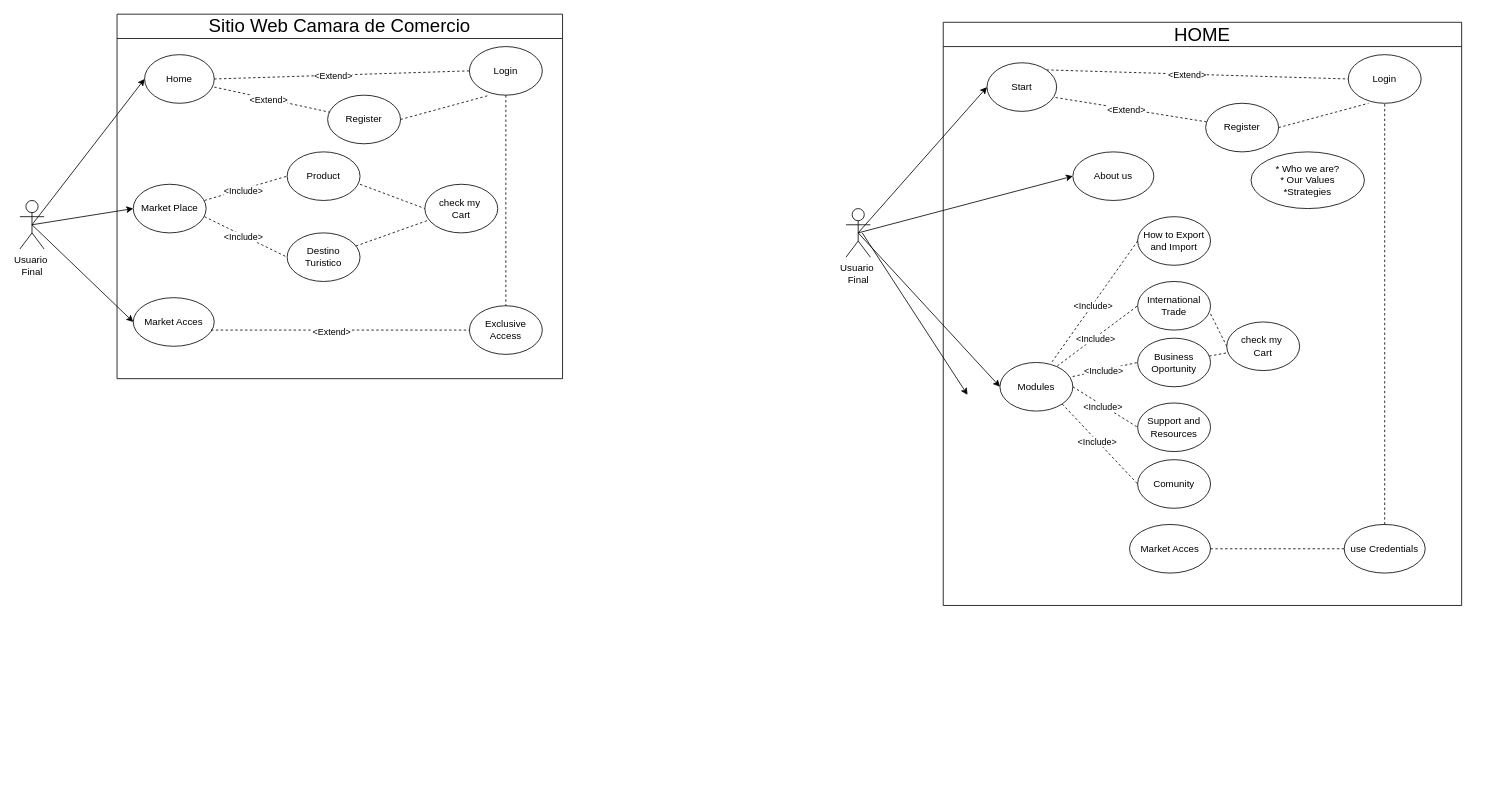
NealD00/Diagramin keeps this draw.io diagram as Camcor.drawio. Above is the earlier version. Source tidied: cells renumbered, new cells numbered last; positions are measured from the earlier drawing's top-left corner, leaving out a move shared by most shapes. Both pictures are drawn from the tidied source at 81%, with x=0, y=0 at pixel (19, 14).
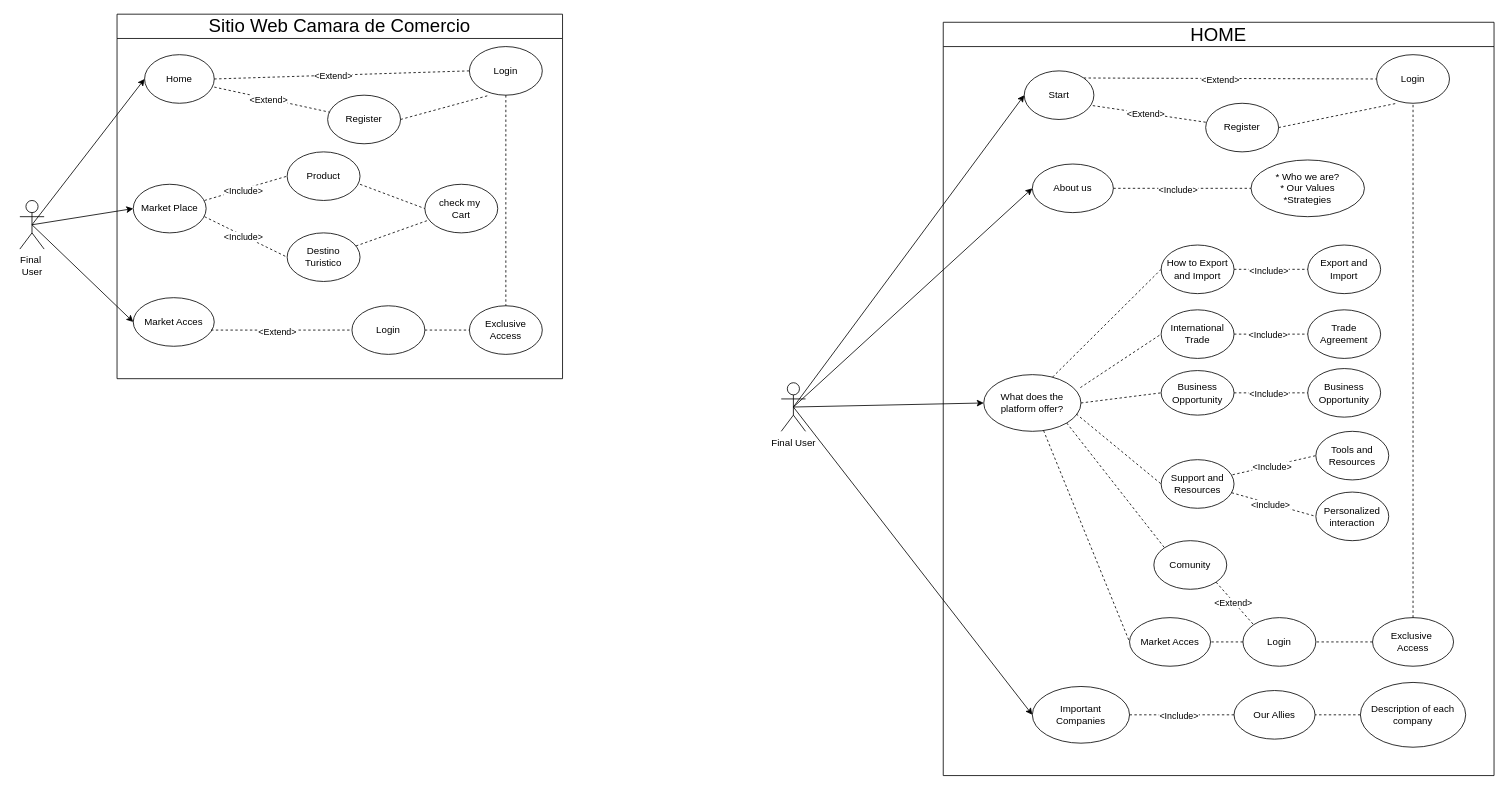
The same page after the edit.

The change refers to these unchanged cells:
```xml
<mxCell id="2" value="&lt;span style=&quot;font-size: 23px; font-weight: 400;&quot;&gt;Sitio Web Camara de Comercio&lt;/span&gt;" style="swimlane;whiteSpace=wrap;html=1;startSize=30;" parent="1" vertex="1">
  <mxGeometry x="120" width="550" height="450" as="geometry" />
</mxCell>
<mxCell id="3" value="Market Acces" style="ellipse;whiteSpace=wrap;html=1;" parent="2" vertex="1">
  <mxGeometry x="20" y="350" width="100" height="60" as="geometry" />
</mxCell>
<mxCell id="15" value="Exclusive Access" style="ellipse;whiteSpace=wrap;html=1;" parent="2" vertex="1">
  <mxGeometry x="435" y="360" width="90" height="60" as="geometry" />
</mxCell>
```

Diff of the diagram source:
```diff
@@
-    <mxCell id="16" style="endArrow=none;dashed=1;html=1;rounded=0;exitX=0.96;exitY=0.667;exitDx=0;exitDy=0;exitPerimeter=0;entryX=0;entryY=0.5;entryDx=0;entryDy=0;entryPerimeter=0;" parent="2" edge="1" source="3" target="15">
+    <mxCell id="16" style="endArrow=none;dashed=1;html=1;rounded=0;entryX=0;entryY=0.5;entryDx=0;entryDy=0;entryPerimeter=0;exitX=1;exitY=0.5;exitDx=0;exitDy=0;" parent="2" edge="1" source="71" target="15">
       <mxGeometry relative="1" as="geometry" />
     </mxCell>
-    <mxCell id="17" value="&amp;lt;Extend&amp;gt;" style="edgeLabel;html=1;align=center;verticalAlign=middle;" parent="16" vertex="1">
-      <mxGeometry x="-0.07" y="-1" relative="1" as="geometry" />
-    </mxCell>
@@
+    <mxCell id="69" style="endArrow=none;dashed=1;html=1;rounded=0;exitX=0.96;exitY=0.667;exitDx=0;exitDy=0;exitPerimeter=0;entryX=0;entryY=0.5;entryDx=0;entryDy=0;entryPerimeter=0;" parent="2" edge="1" source="3" target="71">
+      <mxGeometry relative="1" as="geometry" />
+    </mxCell>
+    <mxCell id="70" value="&amp;lt;Extend&amp;gt;" style="edgeLabel;html=1;align=center;verticalAlign=middle;" parent="69" vertex="1">
+      <mxGeometry x="-0.07" y="-1" relative="1" as="geometry" />
+    </mxCell>
+    <mxCell id="71" value="Login" style="ellipse;whiteSpace=wrap;html=1;" parent="2" vertex="1">
+      <mxGeometry x="290" y="360" width="90" height="60" as="geometry" />
+    </mxCell>
-    <mxCell id="26" value="Usuario&amp;nbsp;&lt;div&gt;Final&lt;/div&gt;" style="shape=umlActor;verticalLabelPosition=bottom;verticalAlign=top;html=1;outlineConnect=0;" parent="1" vertex="1">
+    <mxCell id="26" value="Final&amp;nbsp;&lt;div&gt;User&lt;/div&gt;" style="shape=umlActor;verticalLabelPosition=bottom;verticalAlign=top;html=1;outlineConnect=0;" parent="1" vertex="1">
       <mxGeometry y="230" width="30" height="60" as="geometry" />
     </mxCell>
@@
     <mxCell id="30" value="&lt;span style=&quot;font-size: 23px; font-weight: 400;&quot;&gt;HOME&lt;/span&gt;" style="swimlane;whiteSpace=wrap;html=1;startSize=30;" parent="1" vertex="1">
-      <mxGeometry x="1140" y="10" width="640" height="720" as="geometry" />
+      <mxGeometry x="1140" y="10" width="680" height="930" as="geometry" />
     </mxCell>
     <mxCell id="31" value="About us" style="ellipse;whiteSpace=wrap;html=1;" parent="30" vertex="1">
-      <mxGeometry x="160" y="160" width="100" height="60" as="geometry" />
+      <mxGeometry x="110" y="175" width="100" height="60" as="geometry" />
     </mxCell>
-    <mxCell id="32" value="check my&amp;nbsp;&lt;div&gt;Cart&lt;/div&gt;" style="ellipse;whiteSpace=wrap;html=1;" parent="30" vertex="1">
-      <mxGeometry x="350" y="370" width="90" height="60" as="geometry" />
+    <mxCell id="32" value="Business Opportunity" style="ellipse;whiteSpace=wrap;html=1;" parent="30" vertex="1">
+      <mxGeometry x="450" y="427.5" width="90" height="60" as="geometry" />
     </mxCell>
-    <mxCell id="33" value="Modules" style="ellipse;whiteSpace=wrap;html=1;" parent="30" vertex="1">
-      <mxGeometry x="70" y="420" width="90" height="60" as="geometry" />
+    <mxCell id="33" value="What does the platform offer?" style="ellipse;whiteSpace=wrap;html=1;" parent="30" vertex="1">
+      <mxGeometry x="50" y="435" width="120" height="70" as="geometry" />
     </mxCell>
-    <mxCell id="34" style="rounded=0;jettySize=auto;html=1;dashed=1;endArrow=none;endFill=0;" parent="30" edge="1" source="35" target="32">
-      <mxGeometry relative="1" as="geometry" />
-    </mxCell>
-    <mxCell id="35" value="Business Oportunity" style="ellipse;whiteSpace=wrap;html=1;" parent="30" vertex="1">
-      <mxGeometry x="240" y="390" width="90" height="60" as="geometry" />
+    <mxCell id="35" value="Business Opportunity" style="ellipse;whiteSpace=wrap;html=1;" parent="30" vertex="1">
+      <mxGeometry x="269" y="430" width="90" height="55" as="geometry" />
     </mxCell>
     <mxCell id="36" value="Login" style="ellipse;whiteSpace=wrap;html=1;" parent="30" vertex="1">
-      <mxGeometry x="500" y="40" width="90" height="60" as="geometry" />
+      <mxGeometry x="535" y="40" width="90" height="60" as="geometry" />
     </mxCell>
@@
-    <mxCell id="42" style="endArrow=none;dashed=1;html=1;rounded=0;exitX=0.998;exitY=0.29;exitDx=0;exitDy=0;exitPerimeter=0;entryX=0;entryY=0.5;entryDx=0;entryDy=0;" parent="30" edge="1" source="33" target="35">
+    <mxCell id="42" style="endArrow=none;dashed=1;html=1;rounded=0;exitX=1;exitY=0.5;exitDx=0;exitDy=0;entryX=0;entryY=0.5;entryDx=0;entryDy=0;" parent="30" edge="1" source="33" target="35">
       <mxGeometry relative="1" as="geometry" />
     </mxCell>
-    <mxCell id="43" value="&amp;lt;Include&amp;gt;" style="edgeLabel;html=1;align=center;verticalAlign=middle;" parent="42" vertex="1">
-      <mxGeometry x="-0.07" y="-1" relative="1" as="geometry" />
-    </mxCell>
-    <mxCell id="44" style="endArrow=none;dashed=1;html=1;rounded=0;exitX=0.786;exitY=0.073;exitDx=0;exitDy=0;exitPerimeter=0;entryX=0;entryY=0.5;entryDx=0;entryDy=0;entryPerimeter=0;" parent="30" edge="1" source="33" target="47">
+    <mxCell id="44" style="endArrow=none;dashed=1;html=1;rounded=0;exitX=0.994;exitY=0.229;exitDx=0;exitDy=0;exitPerimeter=0;entryX=0;entryY=0.5;entryDx=0;entryDy=0;entryPerimeter=0;" parent="30" edge="1" source="33" target="47">
       <mxGeometry relative="1" as="geometry" />
     </mxCell>
-    <mxCell id="45" value="&amp;lt;Include&amp;gt;" style="edgeLabel;html=1;align=center;verticalAlign=middle;" parent="44" vertex="1">
-      <mxGeometry x="-0.07" y="-1" relative="1" as="geometry" />
-    </mxCell>
-    <mxCell id="46" style="endArrow=none;dashed=1;html=1;rounded=0;entryX=0;entryY=0.5;entryDx=0;entryDy=0;entryPerimeter=0;exitX=1;exitY=0.667;exitDx=0;exitDy=0;exitPerimeter=0;" parent="30" edge="1" source="47" target="32">
+    <mxCell id="46" style="endArrow=none;dashed=1;html=1;rounded=0;entryX=0;entryY=0.5;entryDx=0;entryDy=0;exitX=1;exitY=0.5;exitDx=0;exitDy=0;" parent="30" edge="1" source="47" target="80">
       <mxGeometry relative="1" as="geometry" />
     </mxCell>
     <mxCell id="47" value="International&lt;div&gt;Trade&lt;/div&gt;" style="ellipse;whiteSpace=wrap;html=1;" parent="30" vertex="1">
-      <mxGeometry x="240" y="320" width="90" height="60" as="geometry" />
+      <mxGeometry x="269" y="355" width="90" height="60" as="geometry" />
     </mxCell>
@@
     <mxCell id="49" value="Start" style="ellipse;whiteSpace=wrap;html=1;" parent="30" vertex="1">
-      <mxGeometry x="54" y="50" width="86" height="60" as="geometry" />
+      <mxGeometry x="100" y="60" width="86" height="60" as="geometry" />
     </mxCell>
     <mxCell id="50" value="Support and Resources" style="ellipse;whiteSpace=wrap;html=1;" parent="30" vertex="1">
-      <mxGeometry x="240" y="470" width="90" height="60" as="geometry" />
+      <mxGeometry x="269" y="540" width="90" height="60" as="geometry" />
     </mxCell>
     <mxCell id="51" value="Comunity" style="ellipse;whiteSpace=wrap;html=1;" parent="30" vertex="1">
-      <mxGeometry x="240" y="540" width="90" height="60" as="geometry" />
+      <mxGeometry x="260" y="640" width="90" height="60" as="geometry" />
     </mxCell>
     <mxCell id="52" value="How to Export and Import" style="ellipse;whiteSpace=wrap;html=1;" parent="30" vertex="1">
-      <mxGeometry x="240" y="240" width="90" height="60" as="geometry" />
+      <mxGeometry x="269" y="275" width="90" height="60" as="geometry" />
     </mxCell>
     <mxCell id="53" value="Market Acces" style="ellipse;whiteSpace=wrap;html=1;" parent="30" vertex="1">
-      <mxGeometry x="230" y="620" width="100" height="60" as="geometry" />
+      <mxGeometry x="230" y="735" width="100" height="60" as="geometry" />
     </mxCell>
-    <mxCell id="54" value="use Credentials" style="ellipse;whiteSpace=wrap;html=1;" parent="30" vertex="1">
-      <mxGeometry x="495" y="620" width="100" height="60" as="geometry" />
+    <mxCell id="54" value="Exclusive&amp;nbsp;&lt;div&gt;Access&lt;/div&gt;" style="ellipse;whiteSpace=wrap;html=1;" parent="30" vertex="1">
+      <mxGeometry x="530" y="735" width="100" height="60" as="geometry" />
     </mxCell>
@@
-    <mxCell id="56" style="rounded=0;jettySize=auto;html=1;dashed=1;entryX=1;entryY=0.5;entryDx=0;entryDy=0;exitX=0;exitY=0.5;exitDx=0;exitDy=0;endArrow=none;endFill=0;" parent="30" edge="1" source="54" target="53">
+    <mxCell id="56" style="rounded=0;jettySize=auto;html=1;dashed=1;entryX=1;entryY=0.5;entryDx=0;entryDy=0;exitX=0;exitY=0.5;exitDx=0;exitDy=0;endArrow=none;endFill=0;" parent="30" edge="1" source="76" target="53">
       <mxGeometry relative="1" as="geometry" />
     </mxCell>
     <mxCell id="57" value="* Who we are?&lt;div&gt;* Our Values&lt;/div&gt;&lt;div&gt;*Strategies&lt;/div&gt;" style="ellipse;whiteSpace=wrap;html=1;" parent="30" vertex="1">
-      <mxGeometry x="380" y="160" width="140" height="70" as="geometry" />
+      <mxGeometry x="380" y="170" width="140" height="70" as="geometry" />
     </mxCell>
-    <mxCell id="58" style="endArrow=none;dashed=1;html=1;rounded=0;exitX=1;exitY=1;exitDx=0;exitDy=0;entryX=0;entryY=0.5;entryDx=0;entryDy=0;" parent="30" edge="1" source="33" target="51">
+    <mxCell id="58" style="endArrow=none;dashed=1;html=1;rounded=0;exitX=1;exitY=1;exitDx=0;exitDy=0;entryX=0;entryY=0;entryDx=0;entryDy=0;" parent="30" edge="1" source="33" target="51">
       <mxGeometry relative="1" as="geometry" />
     </mxCell>
-    <mxCell id="59" value="&amp;lt;Include&amp;gt;" style="edgeLabel;html=1;align=center;verticalAlign=middle;" parent="58" vertex="1">
-      <mxGeometry x="-0.07" y="-1" relative="1" as="geometry" />
-    </mxCell>
-    <mxCell id="60" style="endArrow=none;dashed=1;html=1;rounded=0;exitX=1;exitY=0.5;exitDx=0;exitDy=0;entryX=0;entryY=0.5;entryDx=0;entryDy=0;" parent="30" edge="1" source="33" target="50">
+    <mxCell id="60" style="endArrow=none;dashed=1;html=1;rounded=0;entryX=0;entryY=0.5;entryDx=0;entryDy=0;exitX=0.952;exitY=0.694;exitDx=0;exitDy=0;exitPerimeter=0;" parent="30" edge="1" source="33" target="50">
       <mxGeometry relative="1" as="geometry" />
     </mxCell>
-    <mxCell id="61" value="&amp;lt;Include&amp;gt;" style="edgeLabel;html=1;align=center;verticalAlign=middle;" parent="60" vertex="1">
-      <mxGeometry x="-0.07" y="-1" relative="1" as="geometry" />
-    </mxCell>
-    <mxCell id="62" style="endArrow=none;dashed=1;html=1;rounded=0;exitX=0.715;exitY=-0.013;exitDx=0;exitDy=0;exitPerimeter=0;entryX=0;entryY=0.5;entryDx=0;entryDy=0;" parent="30" edge="1" source="33" target="52">
+    <mxCell id="62" style="endArrow=none;dashed=1;html=1;rounded=0;exitX=0.708;exitY=0.043;exitDx=0;exitDy=0;exitPerimeter=0;entryX=0;entryY=0.5;entryDx=0;entryDy=0;" parent="30" edge="1" source="33" target="52">
       <mxGeometry relative="1" as="geometry" />
     </mxCell>
-    <mxCell id="63" value="&amp;lt;Include&amp;gt;" style="edgeLabel;html=1;align=center;verticalAlign=middle;" parent="62" vertex="1">
-      <mxGeometry x="-0.07" y="-1" relative="1" as="geometry" />
-    </mxCell>
+    <mxCell id="72" style="endArrow=none;dashed=1;html=1;rounded=0;exitX=1;exitY=0.5;exitDx=0;exitDy=0;entryX=0;entryY=0.5;entryDx=0;entryDy=0;" parent="30" edge="1" source="31" target="57">
+      <mxGeometry relative="1" as="geometry" />
+    </mxCell>
+    <mxCell id="73" value="&amp;lt;Include&amp;gt;" style="edgeLabel;html=1;align=center;verticalAlign=middle;" parent="72" vertex="1">
+      <mxGeometry x="-0.07" y="-1" relative="1" as="geometry" />
+    </mxCell>
+    <mxCell id="74" style="endArrow=none;dashed=1;html=1;rounded=0;entryX=0;entryY=0.5;entryDx=0;entryDy=0;" parent="30" edge="1" source="33" target="53">
+      <mxGeometry relative="1" as="geometry" />
+    </mxCell>
+    <mxCell id="75" style="rounded=0;jettySize=auto;html=1;dashed=1;entryX=1;entryY=0.5;entryDx=0;entryDy=0;exitX=0;exitY=0.5;exitDx=0;exitDy=0;endArrow=none;endFill=0;" parent="30" edge="1" source="54" target="76">
+      <mxGeometry relative="1" as="geometry" />
+    </mxCell>
+    <mxCell id="76" value="Login" style="ellipse;whiteSpace=wrap;html=1;" parent="30" vertex="1">
+      <mxGeometry x="370" y="735" width="90" height="60" as="geometry" />
+    </mxCell>
+    <mxCell id="77" value="Export and Import" style="ellipse;whiteSpace=wrap;html=1;" parent="30" vertex="1">
+      <mxGeometry x="450" y="275" width="90" height="60" as="geometry" />
+    </mxCell>
+    <mxCell id="78" style="endArrow=none;dashed=1;html=1;rounded=0;exitX=1;exitY=0.5;exitDx=0;exitDy=0;entryX=0;entryY=0.5;entryDx=0;entryDy=0;" parent="30" edge="1" source="52" target="77">
+      <mxGeometry relative="1" as="geometry" />
+    </mxCell>
+    <mxCell id="79" value="&amp;lt;Include&amp;gt;" style="edgeLabel;html=1;align=center;verticalAlign=middle;" parent="78" vertex="1">
+      <mxGeometry x="-0.07" y="-1" relative="1" as="geometry" />
+    </mxCell>
+    <mxCell id="80" value="Trade Agreement" style="ellipse;whiteSpace=wrap;html=1;" parent="30" vertex="1">
+      <mxGeometry x="450" y="355" width="90" height="60" as="geometry" />
+    </mxCell>
+    <mxCell id="81" value="&amp;lt;Include&amp;gt;" style="edgeLabel;html=1;align=center;verticalAlign=middle;" parent="30" vertex="1">
+      <mxGeometry x="400" y="385" as="geometry" />
+    </mxCell>
+    <mxCell id="34" style="endArrow=none;dashed=1;html=1;rounded=0;exitX=1;exitY=0.5;exitDx=0;exitDy=0;entryX=0;entryY=0.5;entryDx=0;entryDy=0;" parent="30" edge="1" source="35" target="32">
+      <mxGeometry relative="1" as="geometry" />
+    </mxCell>
+    <mxCell id="82" value="&amp;lt;Include&amp;gt;" style="edgeLabel;html=1;align=center;verticalAlign=middle;" parent="34" vertex="1">
+      <mxGeometry x="-0.07" y="-1" relative="1" as="geometry" />
+    </mxCell>
+    <mxCell id="83" value="Tools and Resources" style="ellipse;whiteSpace=wrap;html=1;" parent="30" vertex="1">
+      <mxGeometry x="460" y="505" width="90" height="60" as="geometry" />
+    </mxCell>
+    <mxCell id="84" style="endArrow=none;dashed=1;html=1;rounded=0;exitX=0.979;exitY=0.311;exitDx=0;exitDy=0;entryX=0;entryY=0.5;entryDx=0;entryDy=0;exitPerimeter=0;" parent="30" edge="1" source="50" target="83">
+      <mxGeometry relative="1" as="geometry" />
+    </mxCell>
+    <mxCell id="85" value="&amp;lt;Include&amp;gt;" style="edgeLabel;html=1;align=center;verticalAlign=middle;" parent="84" vertex="1">
+      <mxGeometry x="-0.07" y="-1" relative="1" as="geometry" />
+    </mxCell>
+    <mxCell id="86" style="endArrow=none;dashed=1;html=1;rounded=0;exitX=1;exitY=1;exitDx=0;exitDy=0;entryX=0;entryY=0;entryDx=0;entryDy=0;" parent="30" edge="1" source="51" target="76">
+      <mxGeometry relative="1" as="geometry" />
+    </mxCell>
+    <mxCell id="87" value="&amp;lt;Extend&amp;gt;" style="edgeLabel;html=1;align=center;verticalAlign=middle;" parent="86" vertex="1">
+      <mxGeometry x="-0.07" y="-1" relative="1" as="geometry" />
+    </mxCell>
+    <mxCell id="88" value="Personalized interaction" style="ellipse;whiteSpace=wrap;html=1;" parent="30" vertex="1">
+      <mxGeometry x="460" y="580" width="90" height="60" as="geometry" />
+    </mxCell>
+    <mxCell id="89" style="endArrow=none;dashed=1;html=1;rounded=0;exitX=0.967;exitY=0.68;exitDx=0;exitDy=0;entryX=0;entryY=0.5;entryDx=0;entryDy=0;exitPerimeter=0;" parent="30" edge="1" source="50" target="88">
+      <mxGeometry relative="1" as="geometry" />
+    </mxCell>
+    <mxCell id="90" value="&amp;lt;Include&amp;gt;" style="edgeLabel;html=1;align=center;verticalAlign=middle;" parent="89" vertex="1">
+      <mxGeometry x="-0.07" y="-1" relative="1" as="geometry" />
+    </mxCell>
+    <mxCell id="91" value="Important&lt;div&gt;Companies&lt;/div&gt;" style="ellipse;whiteSpace=wrap;html=1;" parent="30" vertex="1">
+      <mxGeometry x="110" y="820" width="120" height="70" as="geometry" />
+    </mxCell>
+    <mxCell id="92" value="Our Allies" style="ellipse;whiteSpace=wrap;html=1;" parent="30" vertex="1">
+      <mxGeometry x="359" y="825" width="100" height="60" as="geometry" />
+    </mxCell>
+    <mxCell id="93" value="Description of each company" style="ellipse;whiteSpace=wrap;html=1;" parent="30" vertex="1">
+      <mxGeometry x="515" y="815" width="130" height="80" as="geometry" />
+    </mxCell>
+    <mxCell id="94" style="endArrow=none;dashed=1;html=1;rounded=0;exitX=1;exitY=0.5;exitDx=0;exitDy=0;entryX=0;entryY=0.5;entryDx=0;entryDy=0;" parent="30" edge="1" source="91" target="92">
+      <mxGeometry relative="1" as="geometry" />
+    </mxCell>
+    <mxCell id="95" value="&amp;lt;Include&amp;gt;" style="edgeLabel;html=1;align=center;verticalAlign=middle;" parent="94" vertex="1">
+      <mxGeometry x="-0.07" y="-1" relative="1" as="geometry" />
+    </mxCell>
+    <mxCell id="96" style="rounded=0;jettySize=auto;html=1;dashed=1;entryX=1;entryY=0.5;entryDx=0;entryDy=0;exitX=0;exitY=0.5;exitDx=0;exitDy=0;endArrow=none;endFill=0;" parent="30" edge="1" source="93" target="92">
+      <mxGeometry relative="1" as="geometry" />
+    </mxCell>
-    <mxCell id="64" value="Usuario&amp;nbsp;&lt;div&gt;Final&lt;/div&gt;" style="shape=umlActor;verticalLabelPosition=bottom;verticalAlign=top;html=1;outlineConnect=0;" parent="1" vertex="1">
-      <mxGeometry x="1020" y="240" width="30" height="60" as="geometry" />
+    <mxCell id="64" value="Final User" style="shape=umlActor;verticalLabelPosition=bottom;verticalAlign=top;html=1;outlineConnect=0;" parent="1" vertex="1">
+      <mxGeometry x="940" y="455" width="30" height="60" as="geometry" />
     </mxCell>
@@
-    <mxCell id="68" style="endArrow=classic;html=1;rounded=0;entryX=0;entryY=0.5;entryDx=0;entryDy=0;" parent="1" edge="1">
-      <mxGeometry relative="1" as="geometry">
-        <mxPoint x="1040" y="270" as="sourcePoint" />
-        <mxPoint x="1170" y="470" as="targetPoint" />
-      </mxGeometry>
-    </mxCell>
+    <mxCell id="97" style="endArrow=classic;html=1;rounded=0;entryX=0;entryY=0.5;entryDx=0;entryDy=0;exitX=0.5;exitY=0.5;exitDx=0;exitDy=0;exitPerimeter=0;" parent="1" edge="1" source="64" target="91">
+      <mxGeometry relative="1" as="geometry" />
+    </mxCell>
```
